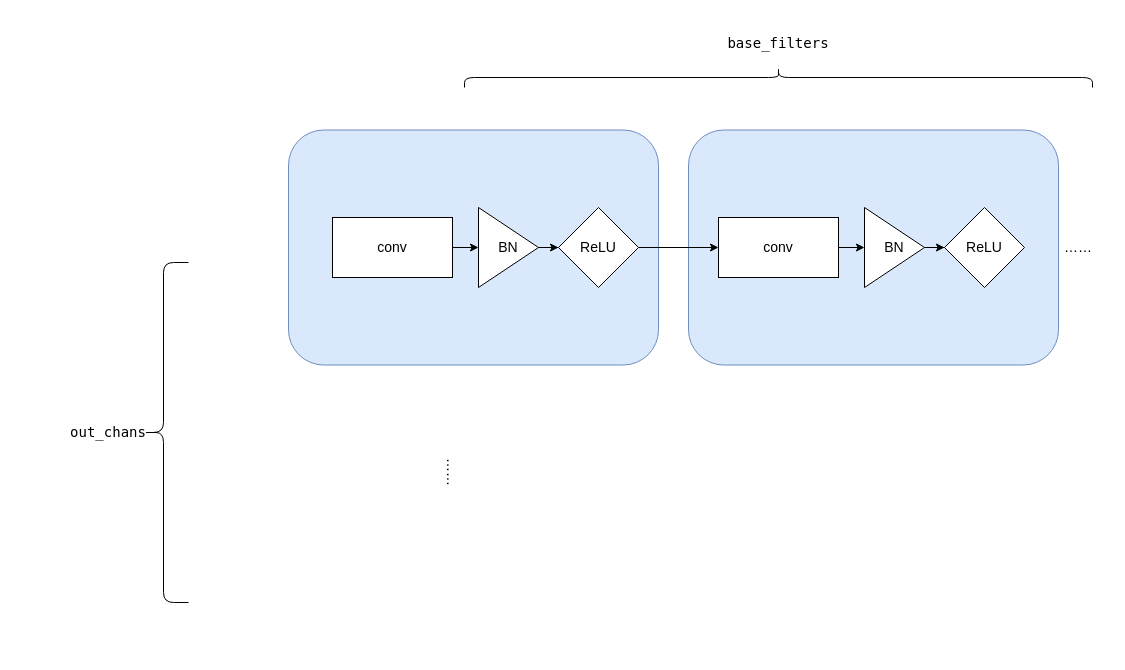
Earlier version of the draw.io diagram 特征提取.drawio (MapleAndJoker/cmi-7). Source tidied: cells renumbered, new cells numbered last; positions are measured from the earlier drawing's top-left corner, leaving out a move shared by most shapes. Both pictures are drawn from the tidied source at 100%, with x=0, y=0 at pixel (78, 27).
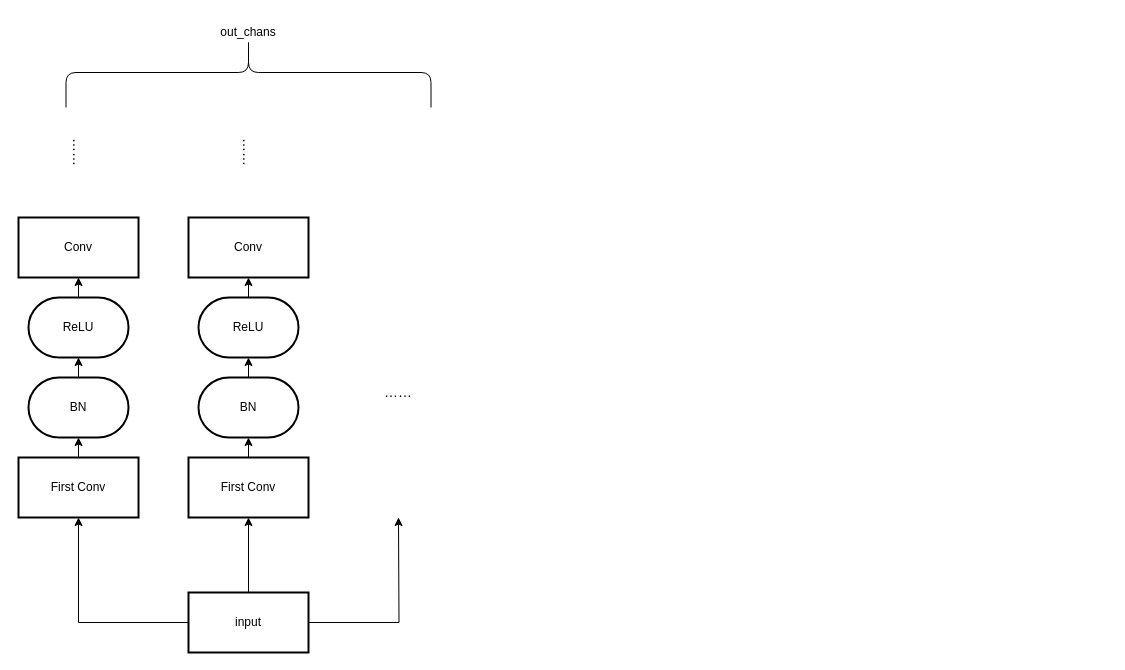
Above is the later version.

Commit message (it also covers changes not shown here):
更新特征提取.drawio

What changed in the source:
```diff
@@
-    <mxCell id="2" style="rounded=1;whiteSpace=wrap;html=1;fillColor=#dae8fc;strokeColor=#6c8ebf;" parent="1" vertex="1">
-      <mxGeometry x="610" y="102.5" width="370" height="235" as="geometry" />
-    </mxCell>
-    <mxCell id="3" style="rounded=1;whiteSpace=wrap;html=1;fillColor=#dae8fc;strokeColor=#6c8ebf;" parent="1" vertex="1">
-      <mxGeometry x="210" y="102.5" width="370" height="235" as="geometry" />
-    </mxCell>
-    <mxCell id="4" style="edgeStyle=orthogonalEdgeStyle;rounded=0;jettySize=auto;html=1;" parent="1" edge="1" source="5" target="7">
-      <mxGeometry relative="1" as="geometry" />
-    </mxCell>
-    <mxCell id="5" value="&lt;font style=&quot;font-size: 14px;&quot;&gt;conv&lt;/font&gt;" style="rounded=0;whiteSpace=wrap;html=1;" parent="1" vertex="1">
-      <mxGeometry x="254" y="190" width="120" height="60" as="geometry" />
-    </mxCell>
-    <mxCell id="6" style="edgeStyle=orthogonalEdgeStyle;rounded=0;jettySize=auto;html=1;" parent="1" edge="1" source="7" target="9">
-      <mxGeometry relative="1" as="geometry" />
-    </mxCell>
-    <mxCell id="7" value="&lt;font style=&quot;font-size: 14px;&quot;&gt;BN&lt;/font&gt;" style="triangle;whiteSpace=wrap;html=1;rounded=0;" parent="1" vertex="1">
-      <mxGeometry x="400" y="180" width="60" height="80" as="geometry" />
-    </mxCell>
-    <mxCell id="8" style="edgeStyle=orthogonalEdgeStyle;rounded=0;jettySize=auto;html=1;exitX=1;exitY=0.5;exitDx=0;exitDy=0;entryX=0;entryY=0.5;entryDx=0;entryDy=0;" parent="1" edge="1" source="9" target="11">
-      <mxGeometry relative="1" as="geometry" />
-    </mxCell>
-    <mxCell id="9" value="&lt;font style=&quot;font-size: 14px;&quot;&gt;ReLU&lt;/font&gt;" style="rhombus;whiteSpace=wrap;html=1;rounded=0;" parent="1" vertex="1">
-      <mxGeometry x="480" y="180" width="80" height="80" as="geometry" />
-    </mxCell>
-    <mxCell id="10" style="edgeStyle=orthogonalEdgeStyle;rounded=0;jettySize=auto;html=1;" parent="1" edge="1" source="11" target="13">
-      <mxGeometry relative="1" as="geometry" />
-    </mxCell>
-    <mxCell id="11" value="&lt;font style=&quot;font-size: 14px;&quot;&gt;conv&lt;/font&gt;" style="rounded=0;whiteSpace=wrap;html=1;" parent="1" vertex="1">
-      <mxGeometry x="640" y="190" width="120" height="60" as="geometry" />
-    </mxCell>
-    <mxCell id="12" style="edgeStyle=orthogonalEdgeStyle;rounded=0;jettySize=auto;html=1;" parent="1" edge="1" source="13" target="14">
-      <mxGeometry relative="1" as="geometry" />
-    </mxCell>
-    <mxCell id="13" value="&lt;font style=&quot;font-size: 14px;&quot;&gt;BN&lt;/font&gt;" style="triangle;whiteSpace=wrap;html=1;rounded=0;" parent="1" vertex="1">
-      <mxGeometry x="786" y="180" width="60" height="80" as="geometry" />
-    </mxCell>
-    <mxCell id="14" value="&lt;font style=&quot;font-size: 14px;&quot;&gt;ReLU&lt;/font&gt;" style="rhombus;whiteSpace=wrap;html=1;rounded=0;" parent="1" vertex="1">
-      <mxGeometry x="866" y="180" width="80" height="80" as="geometry" />
-    </mxCell>
+    <mxCell id="21" style="edgeStyle=orthogonalEdgeStyle;rounded=0;jettySize=auto;html=1;exitX=0.5;exitY=0;exitDx=0;exitDy=0;exitPerimeter=0;entryX=0.5;entryY=1;entryDx=0;entryDy=0;" parent="1" edge="1" source="22" target="23">
+      <mxGeometry relative="1" as="geometry" />
+    </mxCell>
+    <mxCell id="22" value="ReLU" style="strokeWidth=2;html=1;shape=mxgraph.flowchart.terminator;whiteSpace=wrap;" parent="1" vertex="1">
+      <mxGeometry x="120" y="270" width="100" height="60" as="geometry" />
+    </mxCell>
+    <mxCell id="23" value="Conv" style="whiteSpace=wrap;html=1;strokeWidth=2;" parent="1" vertex="1">
+      <mxGeometry x="110" y="190" width="120" height="60" as="geometry" />
+    </mxCell>
+    <mxCell id="24" style="edgeStyle=orthogonalEdgeStyle;rounded=0;jettySize=auto;html=1;exitX=0.5;exitY=0;exitDx=0;exitDy=0;entryX=0.5;entryY=1;entryDx=0;entryDy=0;" parent="1" edge="1" source="27" target="34">
+      <mxGeometry relative="1" as="geometry" />
+    </mxCell>
+    <mxCell id="25" style="edgeStyle=orthogonalEdgeStyle;rounded=0;jettySize=auto;html=1;entryX=0.5;entryY=1;entryDx=0;entryDy=0;" parent="1" edge="1" source="27" target="37">
+      <mxGeometry relative="1" as="geometry" />
+    </mxCell>
+    <mxCell id="26" style="edgeStyle=orthogonalEdgeStyle;rounded=0;jettySize=auto;html=1;exitX=1;exitY=0.5;exitDx=0;exitDy=0;" parent="1" edge="1" source="27">
+      <mxGeometry relative="1" as="geometry">
+        <mxPoint x="320" y="490" as="targetPoint" />
+      </mxGeometry>
+    </mxCell>
+    <mxCell id="27" value="input" style="whiteSpace=wrap;html=1;strokeWidth=2;" parent="1" vertex="1">
+      <mxGeometry x="110" y="565" width="120" height="60" as="geometry" />
+    </mxCell>
+    <mxCell id="28" value="BN" style="strokeWidth=2;html=1;shape=mxgraph.flowchart.terminator;whiteSpace=wrap;" parent="1" vertex="1">
+      <mxGeometry x="120" y="350" width="100" height="60" as="geometry" />
+    </mxCell>
+    <mxCell id="29" style="edgeStyle=orthogonalEdgeStyle;rounded=0;jettySize=auto;html=1;" parent="1" edge="1" source="30" target="32">
+      <mxGeometry relative="1" as="geometry" />
+    </mxCell>
+    <mxCell id="30" value="BN" style="strokeWidth=2;html=1;shape=mxgraph.flowchart.terminator;whiteSpace=wrap;" parent="1" vertex="1">
+      <mxGeometry x="-50" y="350" width="100" height="60" as="geometry" />
+    </mxCell>
+    <mxCell id="31" style="edgeStyle=orthogonalEdgeStyle;rounded=0;jettySize=auto;html=1;" parent="1" edge="1" source="32" target="33">
+      <mxGeometry relative="1" as="geometry" />
+    </mxCell>
+    <mxCell id="32" value="ReLU" style="strokeWidth=2;html=1;shape=mxgraph.flowchart.terminator;whiteSpace=wrap;" parent="1" vertex="1">
+      <mxGeometry x="-50" y="270" width="100" height="60" as="geometry" />
+    </mxCell>
+    <mxCell id="33" value="Conv" style="whiteSpace=wrap;html=1;strokeWidth=2;" parent="1" vertex="1">
+      <mxGeometry x="-60" y="190" width="120" height="60" as="geometry" />
+    </mxCell>
+    <mxCell id="34" value="First Conv" style="whiteSpace=wrap;html=1;strokeWidth=2;" parent="1" vertex="1">
+      <mxGeometry x="110" y="430" width="120" height="60" as="geometry" />
+    </mxCell>
+    <mxCell id="35" style="edgeStyle=orthogonalEdgeStyle;rounded=0;jettySize=auto;html=1;exitX=0.5;exitY=0;exitDx=0;exitDy=0;exitPerimeter=0;entryX=0.5;entryY=1;entryDx=0;entryDy=0;entryPerimeter=0;" parent="1" edge="1" source="28" target="22">
+      <mxGeometry relative="1" as="geometry" />
+    </mxCell>
+    <mxCell id="36" style="edgeStyle=orthogonalEdgeStyle;rounded=0;jettySize=auto;html=1;exitX=0.5;exitY=0;exitDx=0;exitDy=0;entryX=0.5;entryY=1;entryDx=0;entryDy=0;entryPerimeter=0;" parent="1" edge="1" source="34" target="28">
+      <mxGeometry relative="1" as="geometry" />
+    </mxCell>
+    <mxCell id="37" value="First Conv" style="whiteSpace=wrap;html=1;strokeWidth=2;" parent="1" vertex="1">
+      <mxGeometry x="-60" y="430" width="120" height="60" as="geometry" />
+    </mxCell>
+    <mxCell id="38" style="edgeStyle=orthogonalEdgeStyle;rounded=0;jettySize=auto;html=1;exitX=0.5;exitY=0;exitDx=0;exitDy=0;entryX=0.5;entryY=1;entryDx=0;entryDy=0;entryPerimeter=0;" parent="1" edge="1" source="37" target="30">
+      <mxGeometry relative="1" as="geometry" />
+    </mxCell>
     <mxCell id="15" value="&lt;font style=&quot;font-size: 14px;&quot;&gt;……&lt;/font&gt;" style="text;html=1;strokeColor=none;fillColor=none;align=center;verticalAlign=middle;whiteSpace=wrap;rounded=0;" parent="1" vertex="1">
-      <mxGeometry x="970" y="205" width="60" height="30" as="geometry" />
+      <mxGeometry x="290" y="350" width="60" height="30" as="geometry" />
     </mxCell>
-    <mxCell id="16" style="shape=curlyBracket;whiteSpace=wrap;html=1;rounded=1;labelPosition=left;verticalLabelPosition=middle;align=right;verticalAlign=middle;direction=south;" parent="1" vertex="1">
-      <mxGeometry x="386" y="40" width="628" height="20" as="geometry" />
-    </mxCell>
-    <mxCell id="17" value="&lt;div style=&quot;font-family: &amp;quot;Droid Sans Mono&amp;quot;, &amp;quot;monospace&amp;quot;, monospace; font-size: 14px; line-height: 24px;&quot;&gt;&lt;span style=&quot;background-color: rgb(255, 255, 255);&quot;&gt;base_filters&lt;/span&gt;&lt;/div&gt;" style="text;html=1;align=center;verticalAlign=middle;whiteSpace=wrap;rounded=0;" parent="1" vertex="1">
-      <mxGeometry x="670" width="60" height="30" as="geometry" />
-    </mxCell>
-    <mxCell id="18" value="&lt;font style=&quot;font-size: 14px;&quot;&gt;……&lt;/font&gt;" style="text;html=1;strokeColor=none;fillColor=none;align=center;verticalAlign=middle;whiteSpace=wrap;rounded=0;rotation=90;" parent="1" vertex="1">
-      <mxGeometry x="344" y="430" width="60" height="30" as="geometry" />
-    </mxCell>
-    <mxCell id="19" style="shape=curlyBracket;whiteSpace=wrap;html=1;rounded=1;labelPosition=left;verticalLabelPosition=middle;align=right;verticalAlign=middle;" parent="1" vertex="1">
-      <mxGeometry x="60" y="235" width="50" height="340" as="geometry" />
-    </mxCell>
+    <mxCell id="39" value="&lt;font style=&quot;font-size: 14px;&quot;&gt;……&lt;/font&gt;" style="text;html=1;strokeColor=none;fillColor=none;align=center;verticalAlign=middle;whiteSpace=wrap;rounded=0;rotation=90;" parent="1" vertex="1">
+      <mxGeometry x="-30" y="110" width="60" height="30" as="geometry" />
+    </mxCell>
+    <mxCell id="40" value="&lt;font style=&quot;font-size: 14px;&quot;&gt;……&lt;/font&gt;" style="text;html=1;strokeColor=none;fillColor=none;align=center;verticalAlign=middle;whiteSpace=wrap;rounded=0;rotation=90;" parent="1" vertex="1">
+      <mxGeometry x="140" y="110" width="60" height="30" as="geometry" />
+    </mxCell>
+    <mxCell id="41" style="shape=curlyBracket;whiteSpace=wrap;html=1;rounded=1;flipH=1;labelPosition=right;verticalLabelPosition=middle;align=left;verticalAlign=middle;direction=south;" parent="1" vertex="1">
+      <mxGeometry x="-12.5" y="10" width="365" height="70" as="geometry" />
+    </mxCell>
-    <mxCell id="20" value="&lt;div style=&quot;font-family: &amp;quot;Droid Sans Mono&amp;quot;, &amp;quot;monospace&amp;quot;, monospace; line-height: 24px;&quot;&gt;&lt;span style=&quot;background-color: rgb(255, 255, 255);&quot;&gt;&lt;font style=&quot;font-size: 14px;&quot;&gt;out_chans&lt;/font&gt;&lt;/span&gt;&lt;/div&gt;" style="text;html=1;strokeColor=none;fillColor=none;align=center;verticalAlign=middle;whiteSpace=wrap;rounded=0;" parent="1" vertex="1">
-      <mxGeometry y="390" width="60" height="30" as="geometry" />
+    <mxCell id="20" value="out_chans" style="text;html=1;strokeColor=none;fillColor=none;align=center;verticalAlign=middle;whiteSpace=wrap;rounded=0;" parent="1" vertex="1">
+      <mxGeometry x="140" y="-10" width="60" height="30" as="geometry" />
     </mxCell>
```
